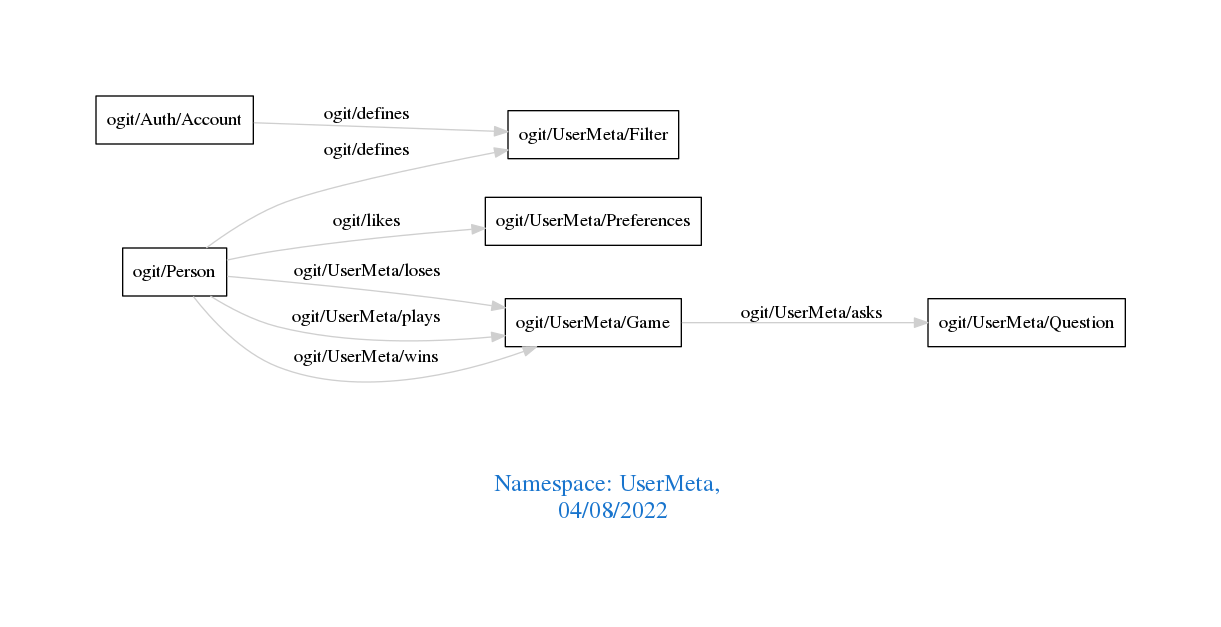
Above: downloads/UserMeta.png in arago/OGIT (Graphviz), before the change. Its source is kept beside it as downloads/UserMeta.dot.
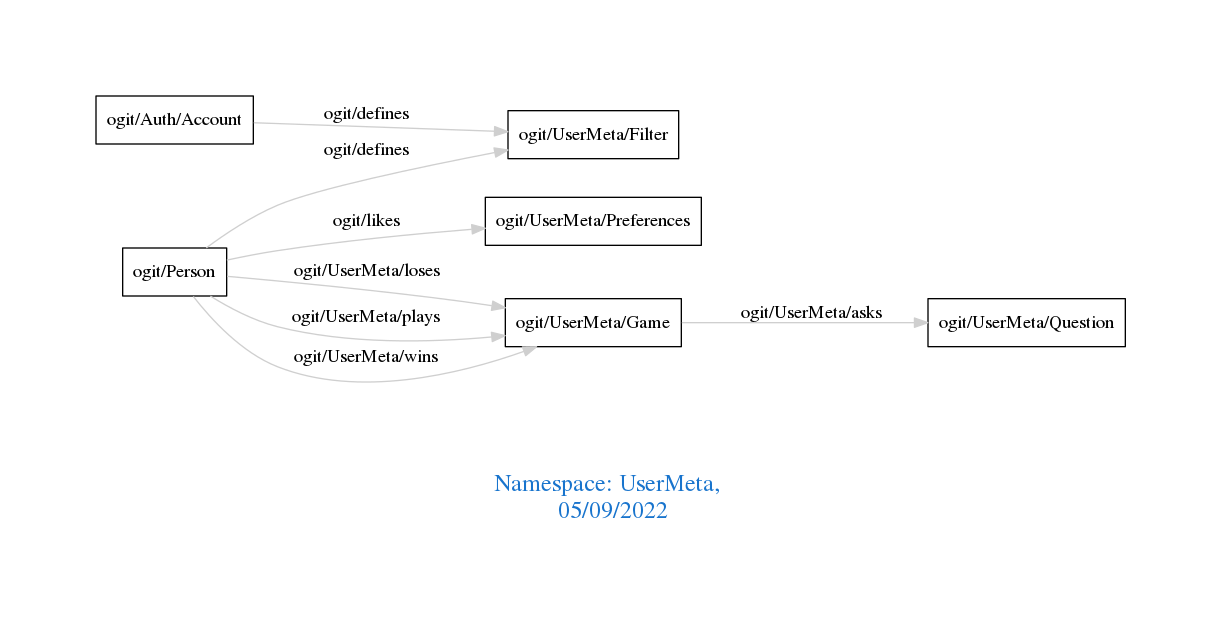
After the change.

Diff of the diagram source:
```diff
@@ -1,7 +1,7 @@
 digraph OGIT_ontology {
  graph [ rankdir= LR,pad=1
 fontsize = 18,
-fontcolor= dodgerblue3,label = "\n\n\nNamespace: UserMeta, \n 04/08/2022"];
+fontcolor= dodgerblue3,label = "\n\n\nNamespace: UserMeta, \n 05/09/2022"];
 node[shape=polygon];
 edge [  color="gray81"];
 
```
